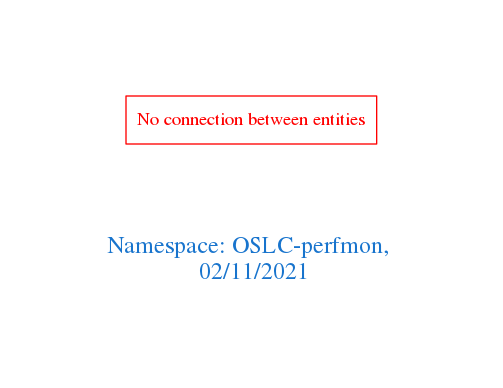
Earlier version of the Graphviz export downloads/OSLC-perfmon.png (arago/OGIT). Its source is kept beside it as downloads/OSLC-perfmon.dot. The source it was exported from:
```dot
digraph OGIT_ontology {
 graph [ rankdir= LR,pad=1
fontsize = 18,
fontcolor= dodgerblue3,label = "\n\n\nNamespace: OSLC-perfmon, \n 02/11/2021"];
node[shape=polygon];
edge [  color="gray81"];

"No connection between entities" [fontcolor = "red",color="red", shape="polygon"]
}
```
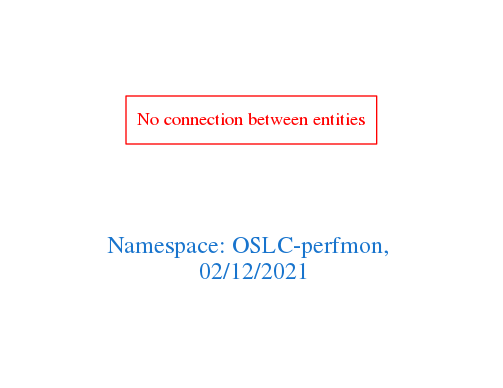
Later version of the same file.

What changed in the source:
```diff
@@ -1,7 +1,7 @@
 digraph OGIT_ontology {
  graph [ rankdir= LR,pad=1
 fontsize = 18,
-fontcolor= dodgerblue3,label = "\n\n\nNamespace: OSLC-perfmon, \n 02/11/2021"];
+fontcolor= dodgerblue3,label = "\n\n\nNamespace: OSLC-perfmon, \n 02/12/2021"];
 node[shape=polygon];
 edge [  color="gray81"];
 
```
